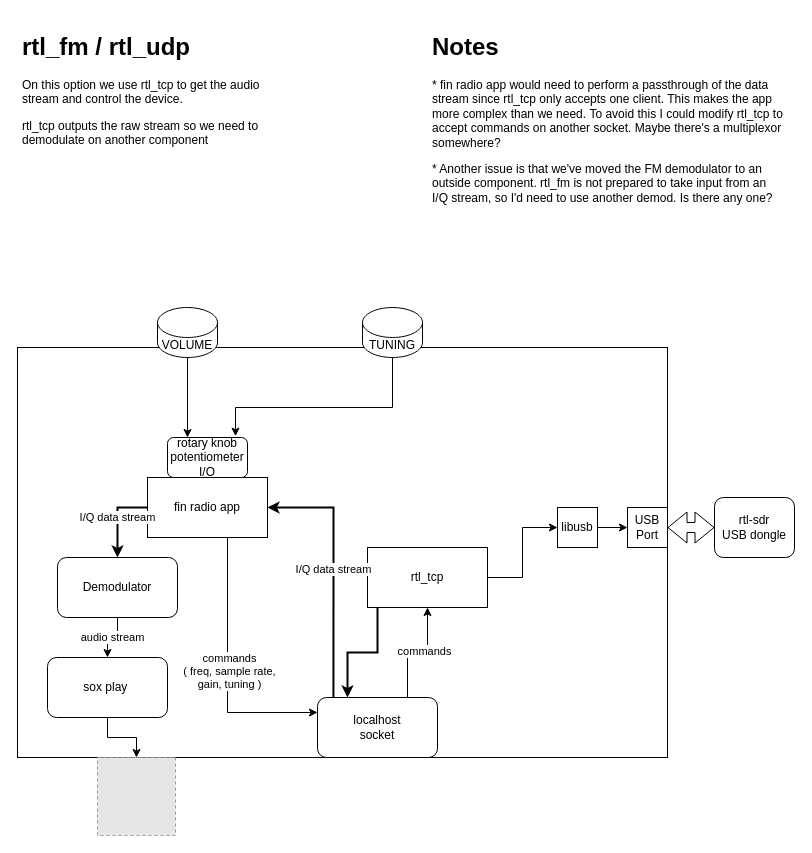
Above: diagrams/rtl_fm_alt.drawio in ramirogm/balena-radio (draw.io), before the change. Source tidied: cells renumbered, new cells numbered last; positions are measured from the earlier drawing's top-left corner, leaving out a move shared by most shapes. Both pictures are drawn from the tidied source at 100%, with x=0, y=0 at pixel (17, 27). Pictures stored in the file or linked from it are replaced by grey dashed boxes.
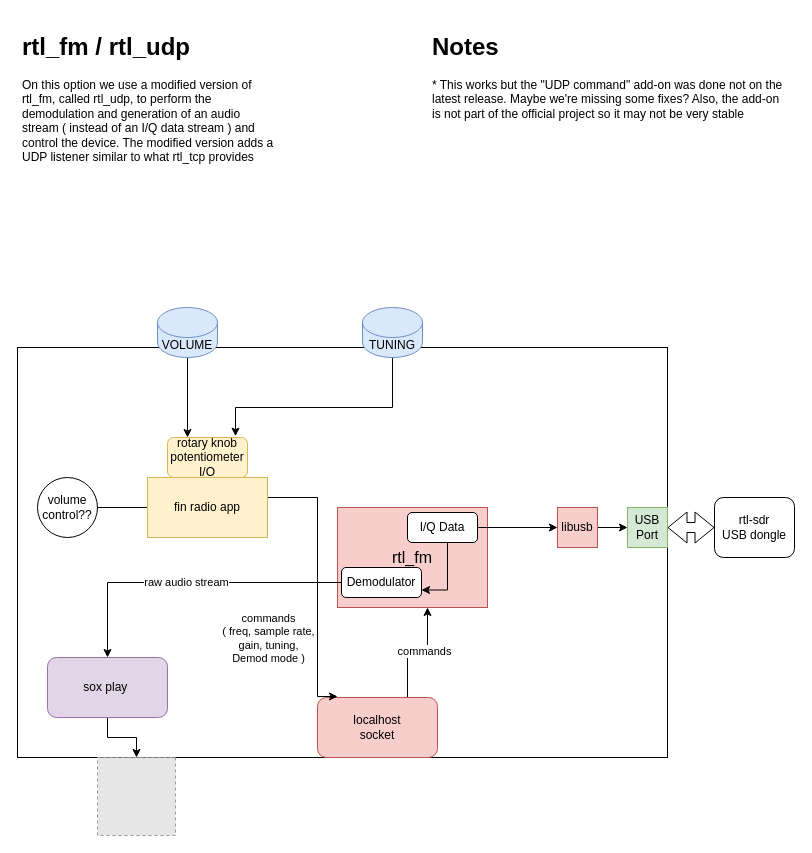
Above is the later version.

The edit, as a diff of the source:
```diff
@@
-    <mxCell id="3" value="&lt;h1&gt;rtl_fm / rtl_udp&lt;/h1&gt;&lt;p&gt;On this option we use rtl_tcp to get the audio stream and control the device.&lt;/p&gt;&lt;p&gt;rtl_tcp outputs the raw stream so we need to demodulate on another component&lt;/p&gt;" style="text;html=1;strokeColor=none;fillColor=none;spacing=5;spacingTop=-20;whiteSpace=wrap;overflow=hidden;rounded=0;" parent="1" vertex="1">
-      <mxGeometry width="260" height="120" as="geometry" />
+    <mxCell id="3" value="&lt;h1&gt;rtl_fm / rtl_udp&lt;/h1&gt;&lt;p&gt;On this option we use a modified version of rtl_fm, called rtl_udp, to perform the demodulation and generation of an audio stream ( instead of an I/Q data stream ) and control the device. The modified version adds a UDP listener similar to what rtl_tcp provides&lt;/p&gt;&lt;p&gt;&lt;br&gt;&lt;/p&gt;" style="text;html=1;strokeColor=none;fillColor=none;spacing=5;spacingTop=-20;whiteSpace=wrap;overflow=hidden;rounded=0;" parent="1" vertex="1">
+      <mxGeometry width="260" height="230" as="geometry" />
     </mxCell>
@@
-    <mxCell id="6" style="edgeStyle=orthogonalEdgeStyle;rounded=0;jettySize=auto;html=1;" parent="1" edge="1" source="8" target="11">
-      <mxGeometry relative="1" as="geometry" />
-    </mxCell>
-    <mxCell id="7" style="edgeStyle=orthogonalEdgeStyle;rounded=0;jettySize=auto;html=1;entryX=0.25;entryY=0;entryDx=0;entryDy=0;strokeWidth=2;" parent="1" edge="1" source="8" target="14">
-      <mxGeometry relative="1" as="geometry">
-        <Array as="points">
-          <mxPoint x="360" y="625" />
-          <mxPoint x="330" y="625" />
-        </Array>
-      </mxGeometry>
-    </mxCell>
-    <mxCell id="8" value="rtl_tcp" style="rounded=0;whiteSpace=wrap;html=1;" parent="1" vertex="1">
-      <mxGeometry x="350" y="520" width="120" height="60" as="geometry" />
+    <mxCell id="8" value="&lt;font style=&quot;font-size: 16px&quot;&gt;rtl_fm&lt;/font&gt;" style="rounded=0;whiteSpace=wrap;html=1;fillColor=#f8cecc;strokeColor=#b85450;" parent="1" vertex="1">
+      <mxGeometry x="320" y="480" width="150" height="100" as="geometry" />
     </mxCell>
-    <mxCell id="9" value="USB Port" style="whiteSpace=wrap;html=1;" parent="1" vertex="1">
+    <mxCell id="9" value="USB Port" style="whiteSpace=wrap;html=1;fillColor=#d5e8d4;strokeColor=#82b366;" parent="1" vertex="1">
       <mxGeometry x="610" y="480" width="40" height="40" as="geometry" />
     </mxCell>
@@
-    <mxCell id="11" value="libusb" style="whiteSpace=wrap;html=1;" parent="1" vertex="1">
+    <mxCell id="11" value="libusb" style="whiteSpace=wrap;html=1;fillColor=#f8cecc;strokeColor=#b85450;" parent="1" vertex="1">
       <mxGeometry x="540" y="480" width="40" height="40" as="geometry" />
     </mxCell>
@@
-    <mxCell id="14" value="localhost&lt;br&gt;socket" style="rounded=1;whiteSpace=wrap;html=1;" parent="1" vertex="1">
+    <mxCell id="14" value="localhost&lt;br&gt;socket" style="rounded=1;whiteSpace=wrap;html=1;fillColor=#f8cecc;strokeColor=#b85450;" parent="1" vertex="1">
       <mxGeometry x="300" y="670" width="120" height="60" as="geometry" />
     </mxCell>
-    <mxCell id="15" style="edgeStyle=orthogonalEdgeStyle;rounded=0;jettySize=auto;html=1;entryX=0;entryY=0.25;entryDx=0;entryDy=0;" parent="1" edge="1" source="17" target="14">
+    <mxCell id="15" style="edgeStyle=orthogonalEdgeStyle;rounded=0;jettySize=auto;html=1;entryX=0.167;entryY=-0.017;entryDx=0;entryDy=0;entryPerimeter=0;" parent="1" edge="1" source="17" target="14">
       <mxGeometry relative="1" as="geometry">
         <Array as="points">
-          <mxPoint x="210" y="685" />
+          <mxPoint x="300" y="470" />
+          <mxPoint x="300" y="669" />
         </Array>
       </mxGeometry>
     </mxCell>
-    <mxCell id="16" value="commands&lt;br&gt;( freq, sample rate,&lt;br&gt;gain, tuning )" style="edgeLabel;html=1;align=center;verticalAlign=middle;" parent="15" vertex="1">
-      <mxGeometry y="1" relative="1" as="geometry" />
+    <mxCell id="16" value="commands&lt;br&gt;( freq, sample rate,&lt;br&gt;gain, tuning,&lt;br&gt;Demod mode )" style="edgeLabel;html=1;align=center;verticalAlign=middle;" parent="15" vertex="1">
+      <mxGeometry y="1" relative="1" as="geometry">
+        <mxPoint x="-51" y="55" as="offset" />
+      </mxGeometry>
     </mxCell>
+    <mxCell id="31" style="edgeStyle=orthogonalEdgeStyle;rounded=0;jettySize=auto;html=1;" parent="1" edge="1" source="17">
+      <mxGeometry relative="1" as="geometry">
+        <mxPoint x="60" y="480" as="targetPoint" />
+      </mxGeometry>
+    </mxCell>
-    <mxCell id="17" value="fin radio app" style="rounded=0;whiteSpace=wrap;html=1;" parent="1" vertex="1">
+    <mxCell id="17" value="fin radio app" style="rounded=0;whiteSpace=wrap;html=1;fillColor=#fff2cc;strokeColor=#d6b656;" parent="1" vertex="1">
       <mxGeometry x="130" y="450" width="120" height="60" as="geometry" />
     </mxCell>
-    <mxCell id="18" value="I/Q data stream" style="edgeStyle=orthogonalEdgeStyle;rounded=0;jettySize=auto;html=1;strokeWidth=2;exitX=0.133;exitY=0;exitDx=0;exitDy=0;exitPerimeter=0;" parent="1" edge="1" source="14" target="17">
-      <mxGeometry relative="1" as="geometry">
-        <Array as="points">
-          <mxPoint x="316" y="480" />
-        </Array>
-      </mxGeometry>
-    </mxCell>
@@
-    <mxCell id="20" value="VOLUME" style="shape=cylinder3;whiteSpace=wrap;html=1;boundedLbl=1;backgroundOutline=1;size=15;" parent="1" vertex="1">
+    <mxCell id="20" value="VOLUME" style="shape=cylinder3;whiteSpace=wrap;html=1;boundedLbl=1;backgroundOutline=1;size=15;fillColor=#dae8fc;strokeColor=#6c8ebf;" parent="1" vertex="1">
       <mxGeometry x="140" y="280" width="60" height="50" as="geometry" />
     </mxCell>
@@
-    <mxCell id="22" value="TUNING" style="shape=cylinder3;whiteSpace=wrap;html=1;boundedLbl=1;backgroundOutline=1;size=15;" parent="1" vertex="1">
+    <mxCell id="22" value="TUNING" style="shape=cylinder3;whiteSpace=wrap;html=1;boundedLbl=1;backgroundOutline=1;size=15;fillColor=#dae8fc;strokeColor=#6c8ebf;" parent="1" vertex="1">
       <mxGeometry x="345" y="280" width="60" height="50" as="geometry" />
     </mxCell>
-    <mxCell id="23" value="rotary knob&lt;br&gt;potentiometer I/O" style="rounded=1;whiteSpace=wrap;html=1;" parent="1" vertex="1">
+    <mxCell id="23" value="rotary knob&lt;br&gt;potentiometer I/O" style="rounded=1;whiteSpace=wrap;html=1;fillColor=#fff2cc;strokeColor=#d6b656;" parent="1" vertex="1">
       <mxGeometry x="150" y="410" width="80" height="40" as="geometry" />
     </mxCell>
@@
-    <mxCell id="25" value="audio stream" style="edgeStyle=orthogonalEdgeStyle;rounded=0;jettySize=auto;html=1;strokeWidth=1;" parent="1" edge="1" source="26" target="29">
+    <mxCell id="25" value="raw audio stream" style="edgeStyle=orthogonalEdgeStyle;rounded=0;jettySize=auto;html=1;strokeWidth=1;" parent="1" edge="1" source="26" target="29">
       <mxGeometry relative="1" as="geometry" />
     </mxCell>
     <mxCell id="26" value="Demodulator" style="rounded=1;whiteSpace=wrap;html=1;" parent="1" vertex="1">
-      <mxGeometry x="40" y="530" width="120" height="60" as="geometry" />
+      <mxGeometry x="324" y="540" width="80" height="30" as="geometry" />
     </mxCell>
-    <mxCell id="27" value="I/Q data stream" style="edgeStyle=orthogonalEdgeStyle;rounded=0;jettySize=auto;html=1;strokeWidth=2;exitX=0;exitY=0.5;exitDx=0;exitDy=0;" parent="1" edge="1" source="17" target="26">
-      <mxGeometry relative="1" as="geometry">
-        <Array as="points">
-          <mxPoint x="100" y="480" />
-        </Array>
-      </mxGeometry>
-    </mxCell>
@@
-    <mxCell id="29" value="sox play&amp;nbsp;" style="rounded=1;whiteSpace=wrap;html=1;" parent="1" vertex="1">
+    <mxCell id="29" value="sox play&amp;nbsp;" style="rounded=1;whiteSpace=wrap;html=1;fillColor=#e1d5e7;strokeColor=#9673a6;" parent="1" vertex="1">
       <mxGeometry x="30" y="630" width="120" height="60" as="geometry" />
     </mxCell>
-    <mxCell id="30" value="&lt;h1&gt;Notes&lt;/h1&gt;&lt;p&gt;* fin radio app would need to perform a passthrough of the data stream since rtl_tcp only accepts one client. This makes the app more complex than we need.&amp;nbsp;&lt;span&gt;To avoid this I could modify rtl_tcp to accept commands on another socket. Maybe there's a multiplexor somewhere?&lt;/span&gt;&lt;/p&gt;&lt;p&gt;&lt;span&gt;* Another issue is that we've moved the FM demodulator to an outside component. rtl_fm is not prepared to take input from an I/Q stream, so I'd need to use another demod. Is there any one?&lt;/span&gt;&lt;/p&gt;" style="text;html=1;strokeColor=none;fillColor=none;spacing=5;spacingTop=-20;whiteSpace=wrap;overflow=hidden;rounded=0;" parent="1" vertex="1">
+    <mxCell id="30" value="&lt;h1&gt;Notes&lt;/h1&gt;&lt;p&gt;* This works but the &quot;UDP command&quot; add-on was done not on the latest release. Maybe we're missing some fixes? Also, the add-on is not part of the official project so it may not be very stable&lt;/p&gt;&lt;p&gt;&lt;br&gt;&lt;/p&gt;" style="text;html=1;strokeColor=none;fillColor=none;spacing=5;spacingTop=-20;whiteSpace=wrap;overflow=hidden;rounded=0;" parent="1" vertex="1">
       <mxGeometry x="410" width="360" height="230" as="geometry" />
     </mxCell>
+    <mxCell id="32" value="volume&lt;br&gt;control??" style="ellipse;whiteSpace=wrap;html=1;" parent="1" vertex="1">
+      <mxGeometry x="20" y="450" width="60" height="60" as="geometry" />
+    </mxCell>
+    <mxCell id="33" style="edgeStyle=orthogonalEdgeStyle;rounded=0;jettySize=auto;html=1;entryX=1;entryY=0.75;entryDx=0;entryDy=0;exitX=0.5;exitY=1;exitDx=0;exitDy=0;" parent="1" edge="1" source="34" target="26">
+      <mxGeometry relative="1" as="geometry">
+        <Array as="points">
+          <mxPoint x="430" y="515" />
+          <mxPoint x="430" y="563" />
+        </Array>
+      </mxGeometry>
+    </mxCell>
+    <mxCell id="34" value="I/Q Data" style="rounded=1;whiteSpace=wrap;html=1;" parent="1" vertex="1">
+      <mxGeometry x="390" y="485" width="70" height="30" as="geometry" />
+    </mxCell>
+    <mxCell id="6" style="edgeStyle=orthogonalEdgeStyle;rounded=0;jettySize=auto;html=1;" parent="1" edge="1" source="34" target="11">
+      <mxGeometry relative="1" as="geometry" />
+    </mxCell>
```
